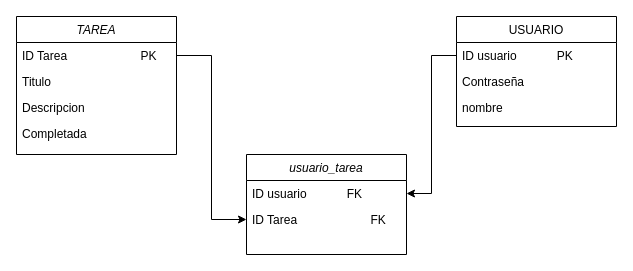
Above: SQL_BD/diagrama.drawio in ivolezcano/CILSA-FULLSTACK (draw.io), before the change. Source tidied: cells renumbered, new cells numbered last; positions are measured from the earlier drawing's top-left corner, leaving out a move shared by most shapes. Both pictures are drawn from the tidied source at 100%, with x=0, y=0 at pixel (16, 16).
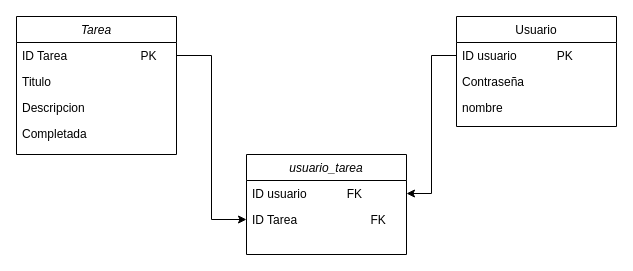
Above is the later version.

What changed in the source:
```diff
@@
 <mxGraphModel>
   <root>
     <mxCell id="0" />
     <mxCell id="1" parent="0" />
-    <mxCell id="2" value="TAREA" style="swimlane;fontStyle=2;align=center;verticalAlign=top;horizontal=1;startSize=26;rounded=0;shadow=0;strokeWidth=1;" parent="1" vertex="1">
+    <mxCell id="2" value="Tarea" style="swimlane;fontStyle=2;align=center;verticalAlign=top;horizontal=1;startSize=26;rounded=0;shadow=0;strokeWidth=1;" parent="1" vertex="1">
       <mxGeometry width="160" height="138" as="geometry" />
     </mxCell>
     <mxCell id="3" value="ID Tarea                      PK" style="text;align=left;verticalAlign=top;spacingLeft=4;spacingRight=4;overflow=hidden;points=[[0,0.5],[1,0.5]];portConstraint=eastwest;" parent="2" vertex="1">
       <mxGeometry y="26" width="160" height="26" as="geometry" />
     </mxCell>
     <mxCell id="4" value="Titulo" style="text;align=left;verticalAlign=top;spacingLeft=4;spacingRight=4;overflow=hidden;rounded=0;shadow=0;html=0;" parent="2" vertex="1">
       <mxGeometry y="52" width="160" height="26" as="geometry" />
     </mxCell>
     <mxCell id="5" value="Descripcion" style="text;align=left;verticalAlign=top;spacingLeft=4;spacingRight=4;overflow=hidden;rounded=0;shadow=0;html=0;" parent="2" vertex="1">
       <mxGeometry y="78" width="160" height="26" as="geometry" />
     </mxCell>
     <mxCell id="6" value="Completada" style="text;align=left;verticalAlign=top;spacingLeft=4;spacingRight=4;overflow=hidden;" parent="2" vertex="1">
       <mxGeometry y="104" width="160" height="26" as="geometry" />
     </mxCell>
-    <mxCell id="7" value="USUARIO" style="swimlane;fontStyle=0;align=center;verticalAlign=top;horizontal=1;startSize=26;rounded=0;shadow=0;strokeWidth=1;" parent="1" vertex="1">
+    <mxCell id="7" value="Usuario" style="swimlane;fontStyle=0;align=center;verticalAlign=top;horizontal=1;startSize=26;rounded=0;shadow=0;strokeWidth=1;" parent="1" vertex="1">
       <mxGeometry x="440" width="160" height="110" as="geometry" />
     </mxCell>
     <mxCell id="8" value="ID usuario            PK" style="text;align=left;verticalAlign=top;spacingLeft=4;spacingRight=4;overflow=hidden;points=[[0,0.5],[1,0.5]];portConstraint=eastwest;rounded=0;shadow=0;html=0;" parent="7" vertex="1">
       <mxGeometry y="26" width="160" height="26" as="geometry" />
     </mxCell>
     <mxCell id="9" value="Contraseña" style="text;align=left;verticalAlign=top;spacingLeft=4;spacingRight=4;overflow=hidden;" parent="7" vertex="1">
       <mxGeometry y="52" width="160" height="26" as="geometry" />
     </mxCell>
     <mxCell id="10" value="nombre" style="text;align=left;verticalAlign=top;spacingLeft=4;spacingRight=4;overflow=hidden;rounded=0;shadow=0;html=0;" parent="7" vertex="1">
       <mxGeometry y="78" width="160" height="26" as="geometry" />
     </mxCell>
     <mxCell id="11" value="usuario_tarea" style="swimlane;fontStyle=2;align=center;verticalAlign=top;horizontal=1;startSize=26;rounded=0;shadow=0;strokeWidth=1;" parent="1" vertex="1">
       <mxGeometry x="230" y="138" width="160" height="100" as="geometry" />
     </mxCell>
     <mxCell id="12" value="ID usuario            FK" style="text;align=left;verticalAlign=top;spacingLeft=4;spacingRight=4;overflow=hidden;points=[[0,0.5],[1,0.5]];portConstraint=eastwest;rounded=0;shadow=0;html=0;" parent="11" vertex="1">
       <mxGeometry y="26" width="160" height="26" as="geometry" />
     </mxCell>
     <mxCell id="13" value="ID Tarea                      FK" style="text;align=left;verticalAlign=top;spacingLeft=4;spacingRight=4;overflow=hidden;points=[[0,0.5],[1,0.5]];portConstraint=eastwest;" parent="11" vertex="1">
       <mxGeometry y="52" width="160" height="26" as="geometry" />
     </mxCell>
     <mxCell id="14" style="edgeStyle=orthogonalEdgeStyle;rounded=0;jettySize=auto;html=1;entryX=0;entryY=0.5;entryDx=0;entryDy=0;" parent="1" edge="1" source="3" target="13">
       <mxGeometry relative="1" as="geometry" />
     </mxCell>
     <mxCell id="15" style="edgeStyle=orthogonalEdgeStyle;rounded=0;jettySize=auto;html=1;entryX=1;entryY=0.5;entryDx=0;entryDy=0;" parent="1" edge="1" source="8" target="12">
       <mxGeometry relative="1" as="geometry" />
     </mxCell>
   </root>
 </mxGraphModel>
```
